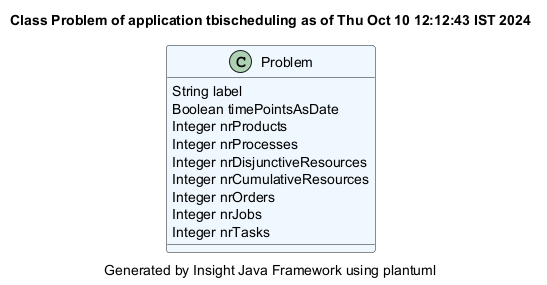
Earlier version of the PlantUML export demonstrator/tbischeduling/site/plantuml/Problem.png (hsimonis/schedulingtraining). Source of this version:
```plantuml
@startuml
title Class Problem of application tbischeduling as of Thu Oct 10 12:12:43 IST 2024
caption Generated by Insight Java Framework using plantuml
class Problem #aliceblue
Problem : String label
Problem : Boolean timePointsAsDate
Problem : Integer nrProducts
Problem : Integer nrProcesses
Problem : Integer nrDisjunctiveResources
Problem : Integer nrCumulativeResources
Problem : Integer nrOrders
Problem : Integer nrJobs
Problem : Integer nrTasks

@enduml
```
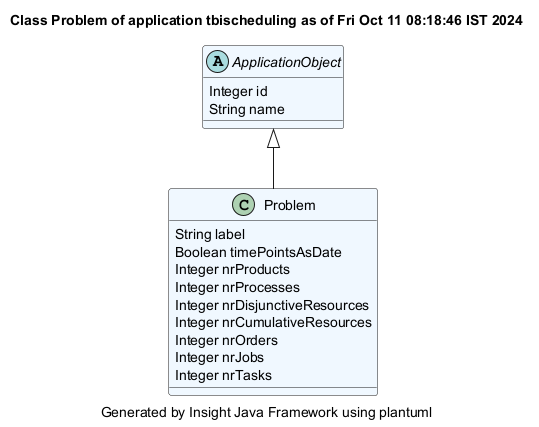
The same diagram one commit later.

The edit, as a diff of the source:
```diff
@@ -1,5 +1,5 @@
 @startuml
-title Class Problem of application tbischeduling as of Thu Oct 10 12:12:43 IST 2024
+title Class Problem of application tbischeduling as of Fri Oct 11 08:18:46 IST 2024
 caption Generated by Insight Java Framework using plantuml
 class Problem #aliceblue
 Problem : String label
@@ -12,4 +12,9 @@
 Problem : Integer nrJobs
 Problem : Integer nrTasks
 
+abstract ApplicationObject #aliceblue
+ApplicationObject : Integer id
+ApplicationObject : String name
+
+ApplicationObject <|-- Problem
 @enduml
```
